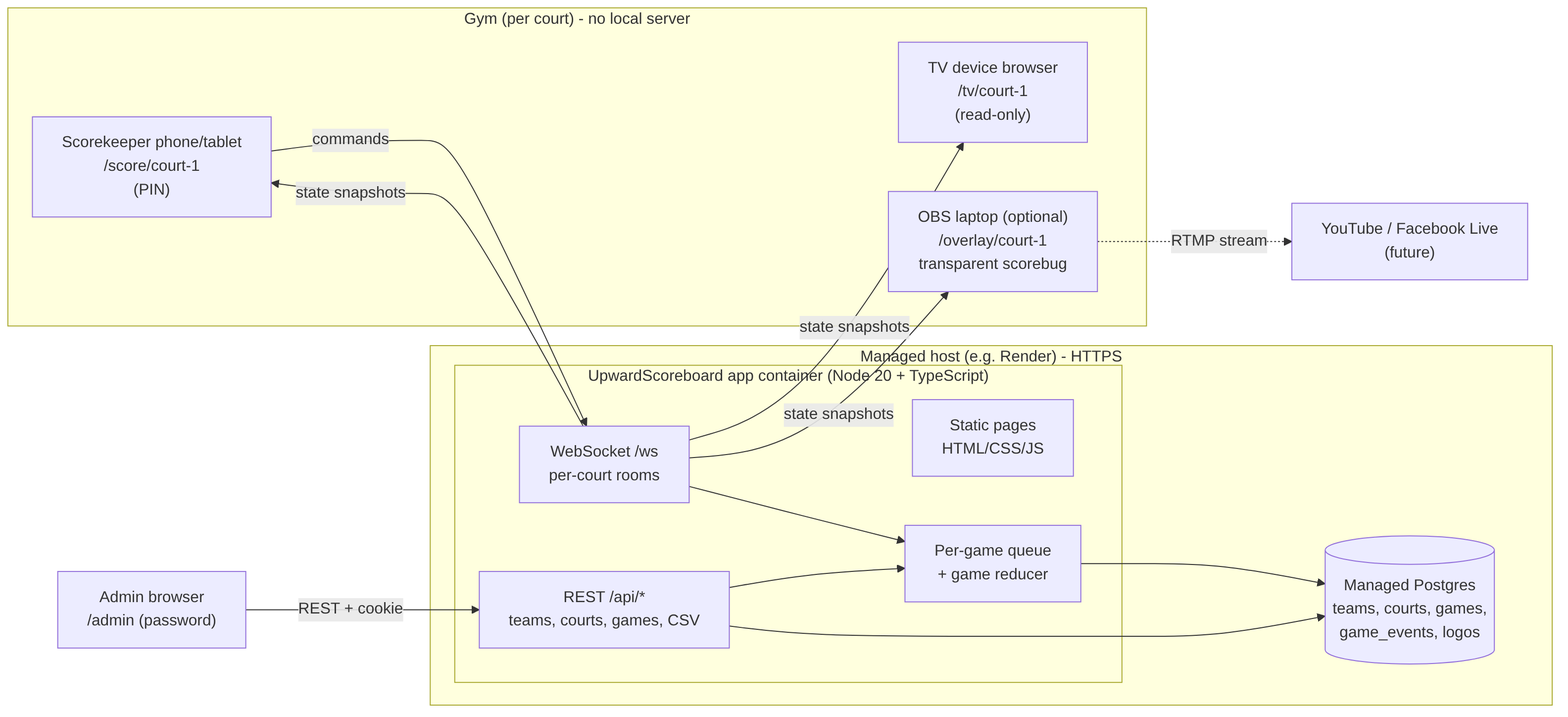
This is deliverables/diagrams/architecture.png from aingalsbe/UpwardScoreboard, a Mermaid export, as it was before one commit. Its source is kept beside it as deliverables/diagrams/architecture.mmd. Source of this version:
```mermaid
flowchart LR
  subgraph Gym["Gym (per court) - no local server"]
    SK["Scorekeeper phone/tablet<br/>/score/west<br/>(PIN)"]
    TV["TV device browser<br/>/upwardbasketballscores/westcourt<br/>(read-only)"]
    OBS["OBS laptop (optional)<br/>/upwardbasketballscores/westcourt/overlay<br/>transparent scorebug"]
  end
  AD["Admin browser<br/>/admin (password)"]
  subgraph Cloud["Managed host (e.g. Render) - HTTPS"]
    subgraph App["UpwardScoreboard app container (Node 20 + TypeScript)"]
      ST["Static pages<br/>HTML/CSS/JS"]
      WS["WebSocket /ws<br/>per-court rooms"]
      API["REST /api/*<br/>teams, courts, games, CSV"]
      RED["Per-game queue<br/>+ game reducer"]
    end
    PG[("Managed Postgres<br/>teams, courts, games,<br/>game_events, logos")]
  end
  YT["YouTube / Facebook Live<br/>(future)"]
  SK -- "commands" --> WS
  WS -- "state snapshots" --> SK
  WS -- "state snapshots" --> TV
  WS -- "state snapshots" --> OBS
  AD -- "REST + cookie" --> API
  WS --> RED
  API --> RED
  RED --> PG
  API --> PG
  OBS -. "RTMP stream" .-> YT
```
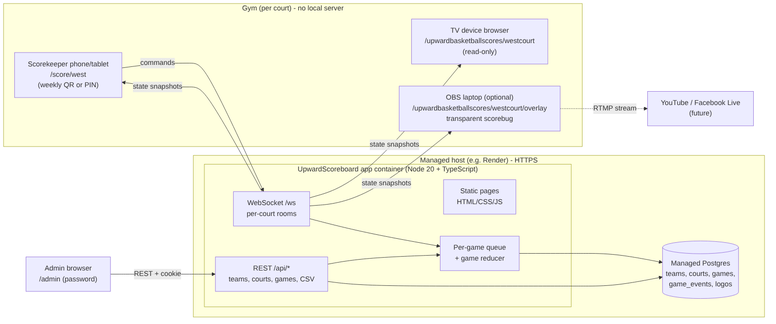
The same file after the commit.

The edit, as a diff of the source:
```diff
@@ -1,6 +1,6 @@
 flowchart LR
   subgraph Gym["Gym (per court) - no local server"]
-    SK["Scorekeeper phone/tablet<br/>/score/west<br/>(PIN)"]
+    SK["Scorekeeper phone/tablet<br/>/score/west<br/>(weekly QR or PIN)"]
     TV["TV device browser<br/>/upwardbasketballscores/westcourt<br/>(read-only)"]
     OBS["OBS laptop (optional)<br/>/upwardbasketballscores/westcourt/overlay<br/>transparent scorebug"]
   end
```
